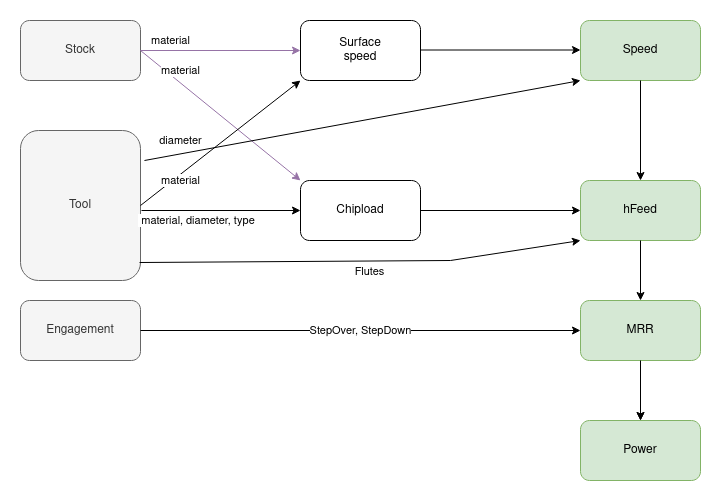
Earlier version of the draw.io export Calculation order summary.drawio.png (spanner888/misc). Source tidied: cells renumbered, new cells last; positions are measured from the earlier drawing's top-left corner, leaving out a move shared by most shapes.
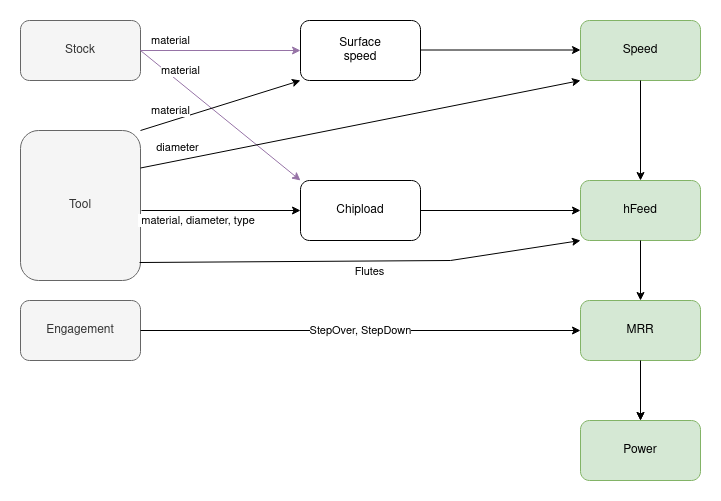
Above is the later version.

The edit, as a diff of the source:
```diff
@@ -49,8 +49,8 @@
     <mxCell id="15" value="material" style="endArrow=classic;html=1;rounded=0;entryX=0;entryY=0;entryDx=0;entryDy=0;exitX=1;exitY=0.5;exitDx=0;exitDy=0;fillColor=#e1d5e7;strokeColor=#9673a6;" parent="1" edge="1" source="2" target="6">
       <mxGeometry x="-0.58" y="10" relative="1" as="geometry" />
     </mxCell>
-    <mxCell id="16" value="material" style="endArrow=classic;html=1;rounded=0;entryX=0;entryY=1;entryDx=0;entryDy=0;exitX=1;exitY=0.5;exitDx=0;exitDy=0;" parent="1" edge="1" source="5" target="3">
-      <mxGeometry x="-0.54" y="-5" relative="1" as="geometry" />
+    <mxCell id="16" value="material" style="endArrow=classic;html=1;rounded=0;entryX=0;entryY=1;entryDx=0;entryDy=0;exitX=1;exitY=0;exitDx=0;exitDy=0;" parent="1" edge="1" source="5" target="3">
+      <mxGeometry x="-0.59" y="10" relative="1" as="geometry" />
     </mxCell>
     <mxCell id="17" style="endArrow=classic;html=1;rounded=0;entryX=0;entryY=0.5;entryDx=0;entryDy=0;" parent="1" edge="1">
       <mxGeometry relative="1" as="geometry">
@@ -79,7 +79,7 @@
         </Array>
       </mxGeometry>
     </mxCell>
-    <mxCell id="23" value="diameter" style="endArrow=classic;html=1;rounded=0;exitX=1.033;exitY=0.2;exitDx=0;exitDy=0;entryX=0;entryY=1;entryDx=0;entryDy=0;exitPerimeter=0;" parent="1" edge="1" source="5" target="4">
+    <mxCell id="23" value="diameter" style="endArrow=classic;html=1;rounded=0;entryX=0;entryY=1;entryDx=0;entryDy=0;exitX=1;exitY=0.25;exitDx=0;exitDy=0;" parent="1" edge="1" source="5" target="4">
       <mxGeometry x="-0.82" y="13" relative="1" as="geometry" />
     </mxCell>
   </root>
```
